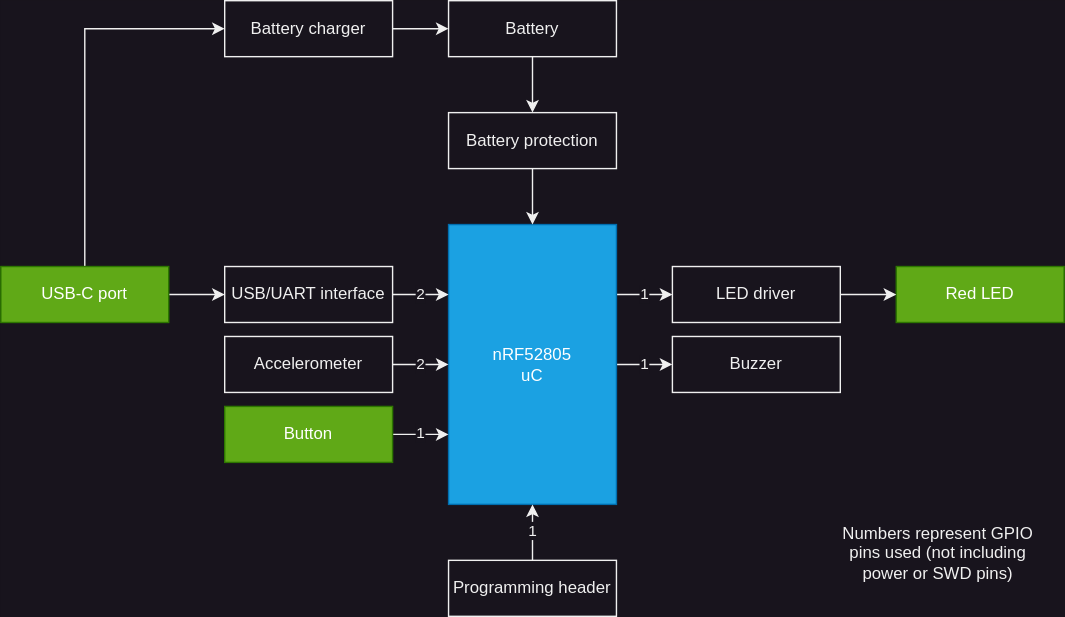
The draw.io diagram docs/DWG_HW-Architecture.svg in Embedded-Shark-LLC/BT-Bike-Light, before a commit. Source tidied: cells renumbered, new cells last; positions are measured from the earlier drawing's top-left corner, leaving out a move shared by most shapes. Its diagram source:
```xml
<mxGraphModel>
  <root>
    <mxCell id="0" />
    <mxCell id="1" parent="0" />
    <mxCell id="2" style="edgeStyle=orthogonalEdgeStyle;rounded=0;jettySize=auto;html=1;exitX=1;exitY=0.25;exitDx=0;exitDy=0;entryX=0;entryY=0.5;entryDx=0;entryDy=0;" parent="1" edge="1" source="6" target="26">
      <mxGeometry relative="1" as="geometry" />
    </mxCell>
    <mxCell id="3" value="1" style="edgeLabel;html=1;align=center;verticalAlign=middle;" parent="2" vertex="1">
      <mxGeometry x="-0.26" y="1" relative="1" as="geometry">
        <mxPoint x="5" y="1" as="offset" />
      </mxGeometry>
    </mxCell>
    <mxCell id="4" style="edgeStyle=orthogonalEdgeStyle;rounded=0;jettySize=auto;html=1;" parent="1" edge="1" source="6" target="11">
      <mxGeometry relative="1" as="geometry" />
    </mxCell>
    <mxCell id="5" value="1" style="edgeLabel;html=1;align=center;verticalAlign=middle;" parent="4" vertex="1">
      <mxGeometry x="-0.1" relative="1" as="geometry">
        <mxPoint x="2" as="offset" />
      </mxGeometry>
    </mxCell>
    <mxCell id="6" value="nRF52805&lt;div&gt;uC&lt;/div&gt;" style="rounded=0;whiteSpace=wrap;html=1;fillColor=#1ba1e2;fontColor=#ffffff;strokeColor=#006EAF;" parent="1" vertex="1">
      <mxGeometry x="320" y="160" width="120" height="200" as="geometry" />
    </mxCell>
    <mxCell id="7" value="Red LED" style="rounded=0;whiteSpace=wrap;html=1;fillColor=#60a917;fontColor=#ffffff;strokeColor=#2D7600;" parent="1" vertex="1">
      <mxGeometry x="640" y="190" width="120" height="40" as="geometry" />
    </mxCell>
    <mxCell id="8" style="edgeStyle=orthogonalEdgeStyle;rounded=0;jettySize=auto;html=1;" parent="1" edge="1" source="10" target="6">
      <mxGeometry relative="1" as="geometry" />
    </mxCell>
    <mxCell id="9" value="2" style="edgeLabel;html=1;align=center;verticalAlign=middle;" parent="8" vertex="1">
      <mxGeometry x="-0.01" relative="1" as="geometry" />
    </mxCell>
    <mxCell id="10" value="Accelerometer" style="rounded=0;whiteSpace=wrap;html=1;" parent="1" vertex="1">
      <mxGeometry x="160" y="240" width="120" height="40" as="geometry" />
    </mxCell>
    <mxCell id="11" value="Buzzer" style="rounded=0;whiteSpace=wrap;html=1;" parent="1" vertex="1">
      <mxGeometry x="480" y="240" width="120" height="40" as="geometry" />
    </mxCell>
    <mxCell id="12" style="edgeStyle=orthogonalEdgeStyle;rounded=0;jettySize=auto;html=1;" parent="1" edge="1" source="13" target="15">
      <mxGeometry relative="1" as="geometry" />
    </mxCell>
    <mxCell id="13" value="Battery" style="rounded=0;whiteSpace=wrap;html=1;" parent="1" vertex="1">
      <mxGeometry x="320" width="120" height="40" as="geometry" />
    </mxCell>
    <mxCell id="14" style="edgeStyle=orthogonalEdgeStyle;rounded=0;jettySize=auto;html=1;" parent="1" edge="1" source="15" target="6">
      <mxGeometry relative="1" as="geometry" />
    </mxCell>
    <mxCell id="15" value="Battery protection" style="rounded=0;whiteSpace=wrap;html=1;" parent="1" vertex="1">
      <mxGeometry x="320" y="80" width="120" height="40" as="geometry" />
    </mxCell>
    <mxCell id="16" style="edgeStyle=orthogonalEdgeStyle;rounded=0;jettySize=auto;html=1;" parent="1" edge="1" source="18" target="24">
      <mxGeometry relative="1" as="geometry" />
    </mxCell>
    <mxCell id="17" style="edgeStyle=orthogonalEdgeStyle;rounded=0;jettySize=auto;html=1;exitX=0.5;exitY=0;exitDx=0;exitDy=0;entryX=0;entryY=0.5;entryDx=0;entryDy=0;" parent="1" edge="1" source="18" target="28">
      <mxGeometry relative="1" as="geometry" />
    </mxCell>
    <mxCell id="18" value="USB-C port" style="rounded=0;whiteSpace=wrap;html=1;fillColor=#60a917;fontColor=#ffffff;strokeColor=#2D7600;" parent="1" vertex="1">
      <mxGeometry y="190" width="120" height="40" as="geometry" />
    </mxCell>
    <mxCell id="19" style="edgeStyle=orthogonalEdgeStyle;rounded=0;jettySize=auto;html=1;" parent="1" edge="1" source="21" target="6">
      <mxGeometry relative="1" as="geometry" />
    </mxCell>
    <mxCell id="20" value="1" style="edgeLabel;html=1;align=center;verticalAlign=middle;" parent="19" vertex="1">
      <mxGeometry x="0.04" relative="1" as="geometry" />
    </mxCell>
    <mxCell id="21" value="Programming header" style="rounded=0;whiteSpace=wrap;html=1;" parent="1" vertex="1">
      <mxGeometry x="320" y="400" width="120" height="40" as="geometry" />
    </mxCell>
    <mxCell id="22" style="edgeStyle=orthogonalEdgeStyle;rounded=0;jettySize=auto;html=1;exitX=1;exitY=0.5;exitDx=0;exitDy=0;entryX=0;entryY=0.25;entryDx=0;entryDy=0;" parent="1" edge="1" source="24" target="6">
      <mxGeometry relative="1" as="geometry" />
    </mxCell>
    <mxCell id="23" value="2" style="edgeLabel;html=1;align=center;verticalAlign=middle;" parent="22" vertex="1">
      <mxGeometry x="-0.02" relative="1" as="geometry" />
    </mxCell>
    <mxCell id="24" value="USB/UART interface" style="rounded=0;whiteSpace=wrap;html=1;" parent="1" vertex="1">
      <mxGeometry x="160" y="190" width="120" height="40" as="geometry" />
    </mxCell>
    <mxCell id="25" style="edgeStyle=orthogonalEdgeStyle;rounded=0;jettySize=auto;html=1;" parent="1" edge="1" source="26" target="7">
      <mxGeometry relative="1" as="geometry" />
    </mxCell>
    <mxCell id="26" value="LED driver" style="rounded=0;whiteSpace=wrap;html=1;" parent="1" vertex="1">
      <mxGeometry x="480" y="190" width="120" height="40" as="geometry" />
    </mxCell>
    <mxCell id="27" style="edgeStyle=orthogonalEdgeStyle;rounded=0;jettySize=auto;html=1;" parent="1" edge="1" source="28" target="13">
      <mxGeometry relative="1" as="geometry" />
    </mxCell>
    <mxCell id="28" value="Battery charger" style="rounded=0;whiteSpace=wrap;html=1;" parent="1" vertex="1">
      <mxGeometry x="160" width="120" height="40" as="geometry" />
    </mxCell>
    <mxCell id="29" style="edgeStyle=orthogonalEdgeStyle;rounded=0;jettySize=auto;html=1;exitX=1;exitY=0.5;exitDx=0;exitDy=0;entryX=0;entryY=0.75;entryDx=0;entryDy=0;" parent="1" edge="1" source="31" target="6">
      <mxGeometry relative="1" as="geometry" />
    </mxCell>
    <mxCell id="30" value="1" style="edgeLabel;html=1;align=center;verticalAlign=middle;" parent="29" vertex="1">
      <mxGeometry x="-0.01" y="1" relative="1" as="geometry" />
    </mxCell>
    <mxCell id="31" value="Button" style="rounded=0;whiteSpace=wrap;html=1;fillColor=#60a917;fontColor=#ffffff;strokeColor=#2D7600;" parent="1" vertex="1">
      <mxGeometry x="160" y="290" width="120" height="40" as="geometry" />
    </mxCell>
    <mxCell id="32" value="Numbers represent GPIO pins used (not including power or SWD pins)" style="text;html=1;align=center;verticalAlign=middle;whiteSpace=wrap;rounded=0;" parent="1" vertex="1">
      <mxGeometry x="600" y="370" width="140" height="50" as="geometry" />
    </mxCell>
  </root>
</mxGraphModel>
```
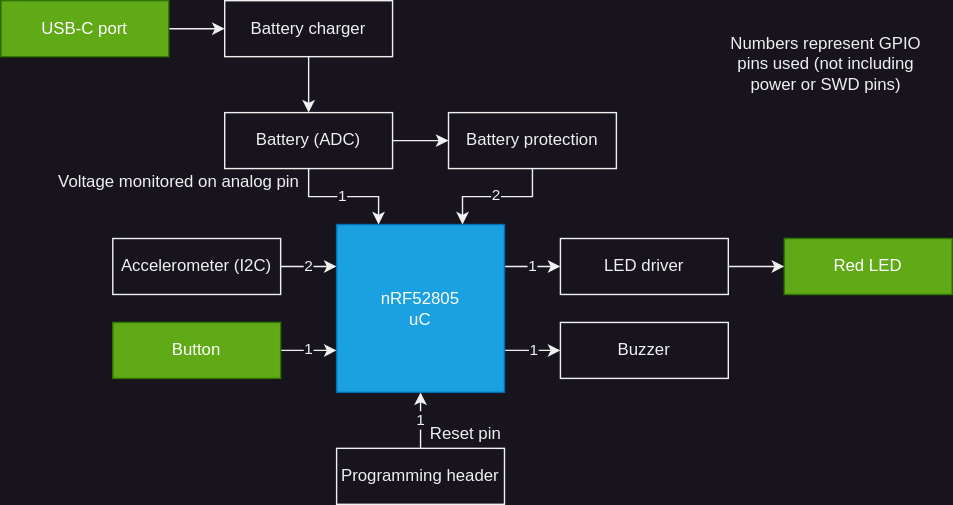
The same diagram one commit later.

Commit message:
Remove USB/UART bridge

Diff of the diagram source:
```diff
@@ -10,7 +10,7 @@
         <mxPoint x="5" y="1" as="offset" />
       </mxGeometry>
     </mxCell>
-    <mxCell id="4" style="edgeStyle=orthogonalEdgeStyle;rounded=0;jettySize=auto;html=1;" parent="1" edge="1" source="6" target="11">
+    <mxCell id="4" style="edgeStyle=orthogonalEdgeStyle;rounded=0;jettySize=auto;html=1;exitX=1;exitY=0.75;exitDx=0;exitDy=0;" parent="1" edge="1" source="6" target="11">
       <mxGeometry relative="1" as="geometry" />
     </mxCell>
     <mxCell id="5" value="1" style="edgeLabel;html=1;align=center;verticalAlign=middle;" parent="4" vertex="1">
@@ -19,43 +19,49 @@
       </mxGeometry>
     </mxCell>
     <mxCell id="6" value="nRF52805&lt;div&gt;uC&lt;/div&gt;" style="rounded=0;whiteSpace=wrap;html=1;fillColor=#1ba1e2;fontColor=#ffffff;strokeColor=#006EAF;" parent="1" vertex="1">
-      <mxGeometry x="320" y="160" width="120" height="200" as="geometry" />
+      <mxGeometry x="320" y="200" width="120" height="120" as="geometry" />
     </mxCell>
     <mxCell id="7" value="Red LED" style="rounded=0;whiteSpace=wrap;html=1;fillColor=#60a917;fontColor=#ffffff;strokeColor=#2D7600;" parent="1" vertex="1">
-      <mxGeometry x="640" y="190" width="120" height="40" as="geometry" />
+      <mxGeometry x="640" y="210" width="120" height="40" as="geometry" />
     </mxCell>
-    <mxCell id="8" style="edgeStyle=orthogonalEdgeStyle;rounded=0;jettySize=auto;html=1;" parent="1" edge="1" source="10" target="6">
+    <mxCell id="8" style="edgeStyle=orthogonalEdgeStyle;rounded=0;jettySize=auto;html=1;entryX=0;entryY=0.25;entryDx=0;entryDy=0;" parent="1" edge="1" source="10" target="6">
       <mxGeometry relative="1" as="geometry" />
     </mxCell>
     <mxCell id="9" value="2" style="edgeLabel;html=1;align=center;verticalAlign=middle;" parent="8" vertex="1">
       <mxGeometry x="-0.01" relative="1" as="geometry" />
     </mxCell>
-    <mxCell id="10" value="Accelerometer" style="rounded=0;whiteSpace=wrap;html=1;" parent="1" vertex="1">
-      <mxGeometry x="160" y="240" width="120" height="40" as="geometry" />
+    <mxCell id="10" value="Accelerometer (I2C)" style="rounded=0;whiteSpace=wrap;html=1;" parent="1" vertex="1">
+      <mxGeometry x="160" y="210" width="120" height="40" as="geometry" />
     </mxCell>
     <mxCell id="11" value="Buzzer" style="rounded=0;whiteSpace=wrap;html=1;" parent="1" vertex="1">
-      <mxGeometry x="480" y="240" width="120" height="40" as="geometry" />
+      <mxGeometry x="480" y="270" width="120" height="40" as="geometry" />
     </mxCell>
+    <mxCell id="33" style="edgeStyle=orthogonalEdgeStyle;rounded=0;jettySize=auto;html=1;exitX=0.5;exitY=1;exitDx=0;exitDy=0;entryX=0.25;entryY=0;entryDx=0;entryDy=0;" parent="1" edge="1" source="13" target="6">
+      <mxGeometry relative="1" as="geometry" />
+    </mxCell>
+    <mxCell id="34" value="1" style="edgeLabel;html=1;align=center;verticalAlign=middle;" parent="33" vertex="1">
+      <mxGeometry x="-0.03" relative="1" as="geometry" />
+    </mxCell>
-    <mxCell id="12" style="edgeStyle=orthogonalEdgeStyle;rounded=0;jettySize=auto;html=1;" parent="1" edge="1" source="13" target="15">
+    <mxCell id="12" style="edgeStyle=orthogonalEdgeStyle;rounded=0;jettySize=auto;html=1;exitX=1;exitY=0.5;exitDx=0;exitDy=0;entryX=0;entryY=0.5;entryDx=0;entryDy=0;" parent="1" edge="1" source="13" target="15">
       <mxGeometry relative="1" as="geometry" />
     </mxCell>
-    <mxCell id="13" value="Battery" style="rounded=0;whiteSpace=wrap;html=1;" parent="1" vertex="1">
-      <mxGeometry x="320" width="120" height="40" as="geometry" />
+    <mxCell id="13" value="Battery (ADC)" style="rounded=0;whiteSpace=wrap;html=1;" parent="1" vertex="1">
+      <mxGeometry x="240" y="120" width="120" height="40" as="geometry" />
     </mxCell>
-    <mxCell id="14" style="edgeStyle=orthogonalEdgeStyle;rounded=0;jettySize=auto;html=1;" parent="1" edge="1" source="15" target="6">
+    <mxCell id="14" style="edgeStyle=orthogonalEdgeStyle;rounded=0;jettySize=auto;html=1;entryX=0.75;entryY=0;entryDx=0;entryDy=0;" parent="1" edge="1" source="15" target="6">
       <mxGeometry relative="1" as="geometry" />
     </mxCell>
+    <mxCell id="23" value="2" style="edgeLabel;html=1;align=center;verticalAlign=middle;" parent="14" vertex="1">
+      <mxGeometry x="0.03" y="-1" relative="1" as="geometry" />
+    </mxCell>
     <mxCell id="15" value="Battery protection" style="rounded=0;whiteSpace=wrap;html=1;" parent="1" vertex="1">
-      <mxGeometry x="320" y="80" width="120" height="40" as="geometry" />
+      <mxGeometry x="400" y="120" width="120" height="40" as="geometry" />
     </mxCell>
-    <mxCell id="16" style="edgeStyle=orthogonalEdgeStyle;rounded=0;jettySize=auto;html=1;" parent="1" edge="1" source="18" target="24">
-      <mxGeometry relative="1" as="geometry" />
-    </mxCell>
-    <mxCell id="17" style="edgeStyle=orthogonalEdgeStyle;rounded=0;jettySize=auto;html=1;exitX=0.5;exitY=0;exitDx=0;exitDy=0;entryX=0;entryY=0.5;entryDx=0;entryDy=0;" parent="1" edge="1" source="18" target="28">
+    <mxCell id="17" style="edgeStyle=orthogonalEdgeStyle;rounded=0;jettySize=auto;html=1;" parent="1" edge="1" source="18" target="28">
       <mxGeometry relative="1" as="geometry" />
     </mxCell>
     <mxCell id="18" value="USB-C port" style="rounded=0;whiteSpace=wrap;html=1;fillColor=#60a917;fontColor=#ffffff;strokeColor=#2D7600;" parent="1" vertex="1">
-      <mxGeometry y="190" width="120" height="40" as="geometry" />
+      <mxGeometry x="80" y="40" width="120" height="40" as="geometry" />
     </mxCell>
     <mxCell id="19" style="edgeStyle=orthogonalEdgeStyle;rounded=0;jettySize=auto;html=1;" parent="1" edge="1" source="21" target="6">
       <mxGeometry relative="1" as="geometry" />
@@ -64,28 +70,19 @@
       <mxGeometry x="0.04" relative="1" as="geometry" />
     </mxCell>
     <mxCell id="21" value="Programming header" style="rounded=0;whiteSpace=wrap;html=1;" parent="1" vertex="1">
-      <mxGeometry x="320" y="400" width="120" height="40" as="geometry" />
+      <mxGeometry x="320" y="360" width="120" height="40" as="geometry" />
     </mxCell>
-    <mxCell id="22" style="edgeStyle=orthogonalEdgeStyle;rounded=0;jettySize=auto;html=1;exitX=1;exitY=0.5;exitDx=0;exitDy=0;entryX=0;entryY=0.25;entryDx=0;entryDy=0;" parent="1" edge="1" source="24" target="6">
-      <mxGeometry relative="1" as="geometry" />
-    </mxCell>
-    <mxCell id="23" value="2" style="edgeLabel;html=1;align=center;verticalAlign=middle;" parent="22" vertex="1">
-      <mxGeometry x="-0.02" relative="1" as="geometry" />
-    </mxCell>
-    <mxCell id="24" value="USB/UART interface" style="rounded=0;whiteSpace=wrap;html=1;" parent="1" vertex="1">
-      <mxGeometry x="160" y="190" width="120" height="40" as="geometry" />
-    </mxCell>
     <mxCell id="25" style="edgeStyle=orthogonalEdgeStyle;rounded=0;jettySize=auto;html=1;" parent="1" edge="1" source="26" target="7">
       <mxGeometry relative="1" as="geometry" />
     </mxCell>
     <mxCell id="26" value="LED driver" style="rounded=0;whiteSpace=wrap;html=1;" parent="1" vertex="1">
-      <mxGeometry x="480" y="190" width="120" height="40" as="geometry" />
+      <mxGeometry x="480" y="210" width="120" height="40" as="geometry" />
     </mxCell>
-    <mxCell id="27" style="edgeStyle=orthogonalEdgeStyle;rounded=0;jettySize=auto;html=1;" parent="1" edge="1" source="28" target="13">
+    <mxCell id="27" style="edgeStyle=orthogonalEdgeStyle;rounded=0;jettySize=auto;html=1;exitX=0.5;exitY=1;exitDx=0;exitDy=0;entryX=0.5;entryY=0;entryDx=0;entryDy=0;" parent="1" edge="1" source="28" target="13">
       <mxGeometry relative="1" as="geometry" />
     </mxCell>
     <mxCell id="28" value="Battery charger" style="rounded=0;whiteSpace=wrap;html=1;" parent="1" vertex="1">
-      <mxGeometry x="160" width="120" height="40" as="geometry" />
+      <mxGeometry x="240" y="40" width="120" height="40" as="geometry" />
     </mxCell>
     <mxCell id="29" style="edgeStyle=orthogonalEdgeStyle;rounded=0;jettySize=auto;html=1;exitX=1;exitY=0.5;exitDx=0;exitDy=0;entryX=0;entryY=0.75;entryDx=0;entryDy=0;" parent="1" edge="1" source="31" target="6">
       <mxGeometry relative="1" as="geometry" />
@@ -94,10 +91,16 @@
       <mxGeometry x="-0.01" y="1" relative="1" as="geometry" />
     </mxCell>
     <mxCell id="31" value="Button" style="rounded=0;whiteSpace=wrap;html=1;fillColor=#60a917;fontColor=#ffffff;strokeColor=#2D7600;" parent="1" vertex="1">
-      <mxGeometry x="160" y="290" width="120" height="40" as="geometry" />
+      <mxGeometry x="160" y="270" width="120" height="40" as="geometry" />
     </mxCell>
     <mxCell id="32" value="Numbers represent GPIO pins used (not including power or SWD pins)" style="text;html=1;align=center;verticalAlign=middle;whiteSpace=wrap;rounded=0;" parent="1" vertex="1">
-      <mxGeometry x="600" y="370" width="140" height="50" as="geometry" />
+      <mxGeometry x="600" y="60" width="140" height="50" as="geometry" />
     </mxCell>
+    <mxCell id="35" value="Voltage monitored on analog pin" style="text;html=1;align=center;verticalAlign=middle;whiteSpace=wrap;rounded=0;fontSize=12;" parent="1" vertex="1">
+      <mxGeometry x="115" y="160" width="185" height="20" as="geometry" />
+    </mxCell>
+    <mxCell id="36" value="Reset pin" style="text;html=1;align=center;verticalAlign=middle;whiteSpace=wrap;rounded=0;fontSize=12;" parent="1" vertex="1">
+      <mxGeometry x="385" y="340" width="55" height="20" as="geometry" />
+    </mxCell>
   </root>
 </mxGraphModel>
```
